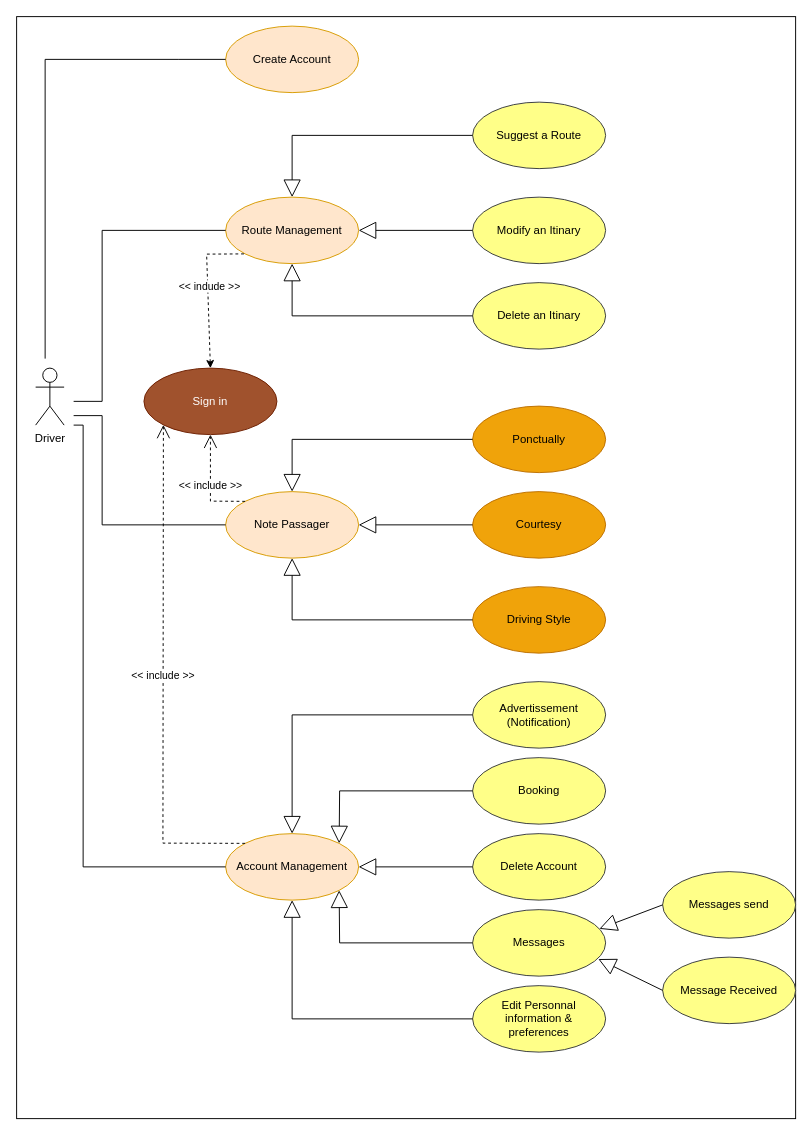
Above: uml/DiagrammeUtilisationDriver.drawio in Mathieu-Maillot/projetFileRouge (draw.io), before the change. Source tidied: cells renumbered, new cells numbered last; positions are measured from the earlier drawing's top-left corner, leaving out a move shared by most shapes. Both pictures are drawn from the tidied source at 95%, with x=0, y=0 at pixel (16, 16).
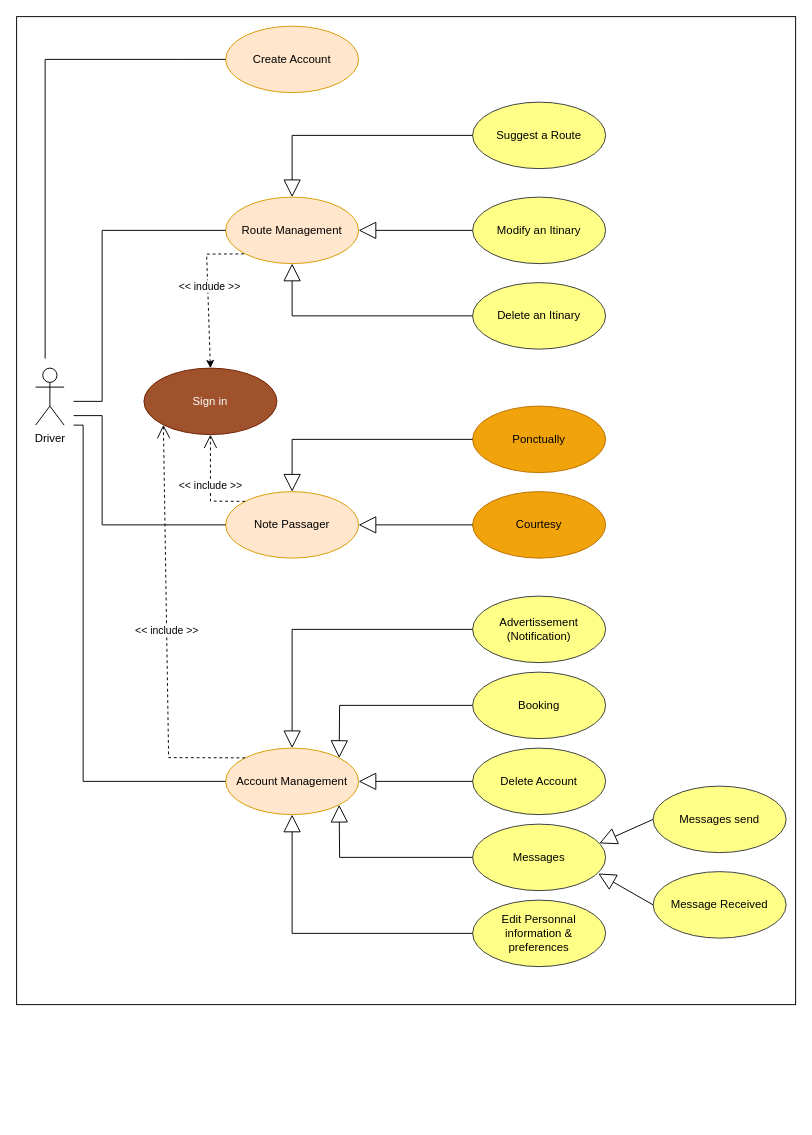
The same diagram, later.

The change refers to these unchanged cells:
```xml
<mxCell id="6" value="Note Passager" style="ellipse;whiteSpace=wrap;html=1;fillColor=#ffe6cc;strokeColor=#d79b00;" parent="1" vertex="1">
  <mxGeometry x="220" y="500" width="140" height="70" as="geometry" />
</mxCell>
<mxCell id="26" value="Sign in" style="ellipse;whiteSpace=wrap;html=1;fillColor=#a0522d;fontColor=#ffffff;strokeColor=#6D1F00;" parent="1" vertex="1">
  <mxGeometry x="134" y="370" width="140" height="70" as="geometry" />
</mxCell>
```

The edit, as a diff of the source:
```diff
@@
-    <mxCell id="2" style="rounded=0;whiteSpace=wrap;html=1;" parent="1" vertex="1">
-      <mxGeometry width="820" height="1160" as="geometry" />
-    </mxCell>
+    <mxCell id="43" style="rounded=0;whiteSpace=wrap;html=1;" parent="1" vertex="1">
+      <mxGeometry width="820" height="1040" as="geometry" />
+    </mxCell>
@@
     <mxCell id="5" value="Account Management" style="ellipse;whiteSpace=wrap;html=1;fillColor=#ffe6cc;strokeColor=#d79b00;" parent="1" vertex="1">
-      <mxGeometry x="220" y="860" width="140" height="70" as="geometry" />
+      <mxGeometry x="220" y="770" width="140" height="70" as="geometry" />
     </mxCell>
@@
     <mxCell id="15" value="&lt;div&gt;Edit Personnal&lt;/div&gt;&lt;div&gt;information &amp;amp; &lt;br&gt;&lt;/div&gt;&lt;div&gt;preferences&lt;/div&gt;" style="ellipse;whiteSpace=wrap;html=1;fillColor=#ffff88;strokeColor=#36393d;" parent="1" vertex="1">
-      <mxGeometry x="480" y="1020" width="140" height="70" as="geometry" />
+      <mxGeometry x="480" y="930" width="140" height="70" as="geometry" />
     </mxCell>
     <mxCell id="16" value="&lt;div&gt;Advertissement&lt;/div&gt;&lt;div&gt;(Notification)&lt;/div&gt;" style="ellipse;whiteSpace=wrap;html=1;fillColor=#ffff88;strokeColor=#36393d;" parent="1" vertex="1">
-      <mxGeometry x="480" y="700" width="140" height="70" as="geometry" />
+      <mxGeometry x="480" y="610" width="140" height="70" as="geometry" />
     </mxCell>
     <mxCell id="17" value="Delete Account" style="ellipse;whiteSpace=wrap;html=1;fillColor=#ffff88;strokeColor=#36393d;" parent="1" vertex="1">
-      <mxGeometry x="480" y="860" width="140" height="70" as="geometry" />
+      <mxGeometry x="480" y="770" width="140" height="70" as="geometry" />
     </mxCell>
@@
-    <mxCell id="19" value="Driving Style" style="ellipse;whiteSpace=wrap;html=1;fillColor=#f0a30a;strokeColor=#BD7000;fontColor=#000000;" parent="1" vertex="1">
-      <mxGeometry x="480" y="600" width="140" height="70" as="geometry" />
-    </mxCell>
@@
     <mxCell id="21" value="Booking" style="ellipse;whiteSpace=wrap;html=1;fillColor=#ffff88;strokeColor=#36393d;" parent="1" vertex="1">
-      <mxGeometry x="480" y="780" width="140" height="70" as="geometry" />
+      <mxGeometry x="480" y="690" width="140" height="70" as="geometry" />
     </mxCell>
     <mxCell id="22" value="Messages" style="ellipse;whiteSpace=wrap;html=1;fillColor=#ffff88;strokeColor=#36393d;" parent="1" vertex="1">
-      <mxGeometry x="480" y="940" width="140" height="70" as="geometry" />
+      <mxGeometry x="480" y="850" width="140" height="70" as="geometry" />
     </mxCell>
@@
-    <mxCell id="25" style="endArrow=block;endSize=16;endFill=0;html=1;rounded=0;entryX=0.5;entryY=1;entryDx=0;entryDy=0;exitX=0;exitY=0.5;exitDx=0;exitDy=0;" parent="1" edge="1" source="19" target="6">
-      <mxGeometry relative="1" as="geometry">
-        <Array as="points">
-          <mxPoint x="290" y="635" />
-        </Array>
-      </mxGeometry>
-    </mxCell>
@@
-    <mxCell id="30" style="endArrow=block;endSize=16;endFill=0;html=1;rounded=0;exitX=0;exitY=0.5;exitDx=0;exitDy=0;entryX=0.5;entryY=0;entryDx=0;entryDy=0;" parent="1" edge="1" source="16" target="5">
+    <mxCell id="30" style="endArrow=block;endSize=16;endFill=0;html=1;rounded=0;exitX=0;exitY=0.5;exitDx=0;exitDy=0;entryX=0.5;entryY=0;entryDx=0;entryDy=0;" parent="1" edge="1" source="16">
       <mxGeometry relative="1" as="geometry">
+        <mxPoint x="290" y="770" as="targetPoint" />
         <Array as="points">
-          <mxPoint x="290" y="735" />
+          <mxPoint x="290" y="645" />
         </Array>
       </mxGeometry>
     </mxCell>
-    <mxCell id="31" style="endArrow=block;endSize=16;endFill=0;html=1;rounded=0;entryX=1;entryY=0;entryDx=0;entryDy=0;exitX=0;exitY=0.5;exitDx=0;exitDy=0;" parent="1" edge="1" source="21" target="5">
+    <mxCell id="31" style="endArrow=block;endSize=16;endFill=0;html=1;rounded=0;entryX=1;entryY=0;entryDx=0;entryDy=0;exitX=0;exitY=0.5;exitDx=0;exitDy=0;" parent="1" edge="1" source="21">
       <mxGeometry relative="1" as="geometry">
+        <mxPoint x="339.5" y="780.3" as="targetPoint" />
         <Array as="points">
-          <mxPoint x="340" y="815" />
+          <mxPoint x="340" y="725" />
         </Array>
       </mxGeometry>
     </mxCell>
-    <mxCell id="32" style="endArrow=block;endSize=16;endFill=0;html=1;rounded=0;entryX=1;entryY=0.5;entryDx=0;entryDy=0;exitX=0;exitY=0.5;exitDx=0;exitDy=0;" parent="1" edge="1" source="17" target="5">
-      <mxGeometry relative="1" as="geometry" />
+    <mxCell id="32" style="endArrow=block;endSize=16;endFill=0;html=1;rounded=0;entryX=1;entryY=0.5;entryDx=0;entryDy=0;exitX=0;exitY=0.5;exitDx=0;exitDy=0;" parent="1" edge="1" source="17">
+      <mxGeometry relative="1" as="geometry">
+        <mxPoint x="360" y="805" as="targetPoint" />
+      </mxGeometry>
     </mxCell>
-    <mxCell id="33" style="endArrow=block;endSize=16;endFill=0;html=1;rounded=0;entryX=1;entryY=1;entryDx=0;entryDy=0;exitX=0;exitY=0.5;exitDx=0;exitDy=0;" parent="1" edge="1" source="22" target="5">
+    <mxCell id="33" style="endArrow=block;endSize=16;endFill=0;html=1;rounded=0;entryX=1;entryY=1;entryDx=0;entryDy=0;exitX=0;exitY=0.5;exitDx=0;exitDy=0;" parent="1" edge="1" source="22">
       <mxGeometry relative="1" as="geometry">
+        <mxPoint x="339.5" y="829.7" as="targetPoint" />
         <Array as="points">
-          <mxPoint x="340" y="975" />
+          <mxPoint x="340" y="885" />
         </Array>
       </mxGeometry>
     </mxCell>
-    <mxCell id="34" style="endArrow=block;endSize=16;endFill=0;html=1;rounded=0;entryX=0.5;entryY=1;entryDx=0;entryDy=0;exitX=0;exitY=0.5;exitDx=0;exitDy=0;" parent="1" edge="1" source="15" target="5">
+    <mxCell id="34" style="endArrow=block;endSize=16;endFill=0;html=1;rounded=0;entryX=0.5;entryY=1;entryDx=0;entryDy=0;exitX=0;exitY=0.5;exitDx=0;exitDy=0;" parent="1" edge="1" source="15">
       <mxGeometry relative="1" as="geometry">
+        <mxPoint x="290" y="840" as="targetPoint" />
         <Array as="points">
-          <mxPoint x="290" y="1055" />
+          <mxPoint x="290" y="965" />
         </Array>
       </mxGeometry>
     </mxCell>
     <mxCell id="35" value="Messages send" style="ellipse;whiteSpace=wrap;html=1;fillColor=#ffff88;strokeColor=#36393d;" parent="1" vertex="1">
-      <mxGeometry x="680" y="900" width="140" height="70" as="geometry" />
+      <mxGeometry x="670" y="810" width="140" height="70" as="geometry" />
     </mxCell>
     <mxCell id="36" value="Message Received" style="ellipse;whiteSpace=wrap;html=1;fillColor=#ffff88;strokeColor=#36393d;" parent="1" vertex="1">
-      <mxGeometry x="680" y="990" width="140" height="70" as="geometry" />
+      <mxGeometry x="670" y="900" width="140" height="70" as="geometry" />
     </mxCell>
@@
     <mxCell id="39" value="&amp;lt;&amp;lt; include &amp;gt;&amp;gt;" style="endArrow=open;endSize=12;dashed=1;html=1;rounded=0;exitX=0;exitY=0;exitDx=0;exitDy=0;entryX=0;entryY=1;entryDx=0;entryDy=0;" parent="1" edge="1" source="5" target="26">
       <mxGeometry relative="1" as="geometry">
         <Array as="points">
-          <mxPoint x="154" y="870" />
+          <mxPoint x="160" y="780" />
         </Array>
       </mxGeometry>
     </mxCell>
@@
     <mxCell id="42" style="endArrow=none;html=1;rounded=0;entryX=0;entryY=0.5;entryDx=0;entryDy=0;" parent="1" edge="1" target="5">
       <mxGeometry relative="1" as="geometry">
         <mxPoint x="60" y="430" as="sourcePoint" />
         <Array as="points">
           <mxPoint x="70" y="430" />
-          <mxPoint x="70" y="895" />
+          <mxPoint x="70" y="805" />
         </Array>
       </mxGeometry>
     </mxCell>
```
